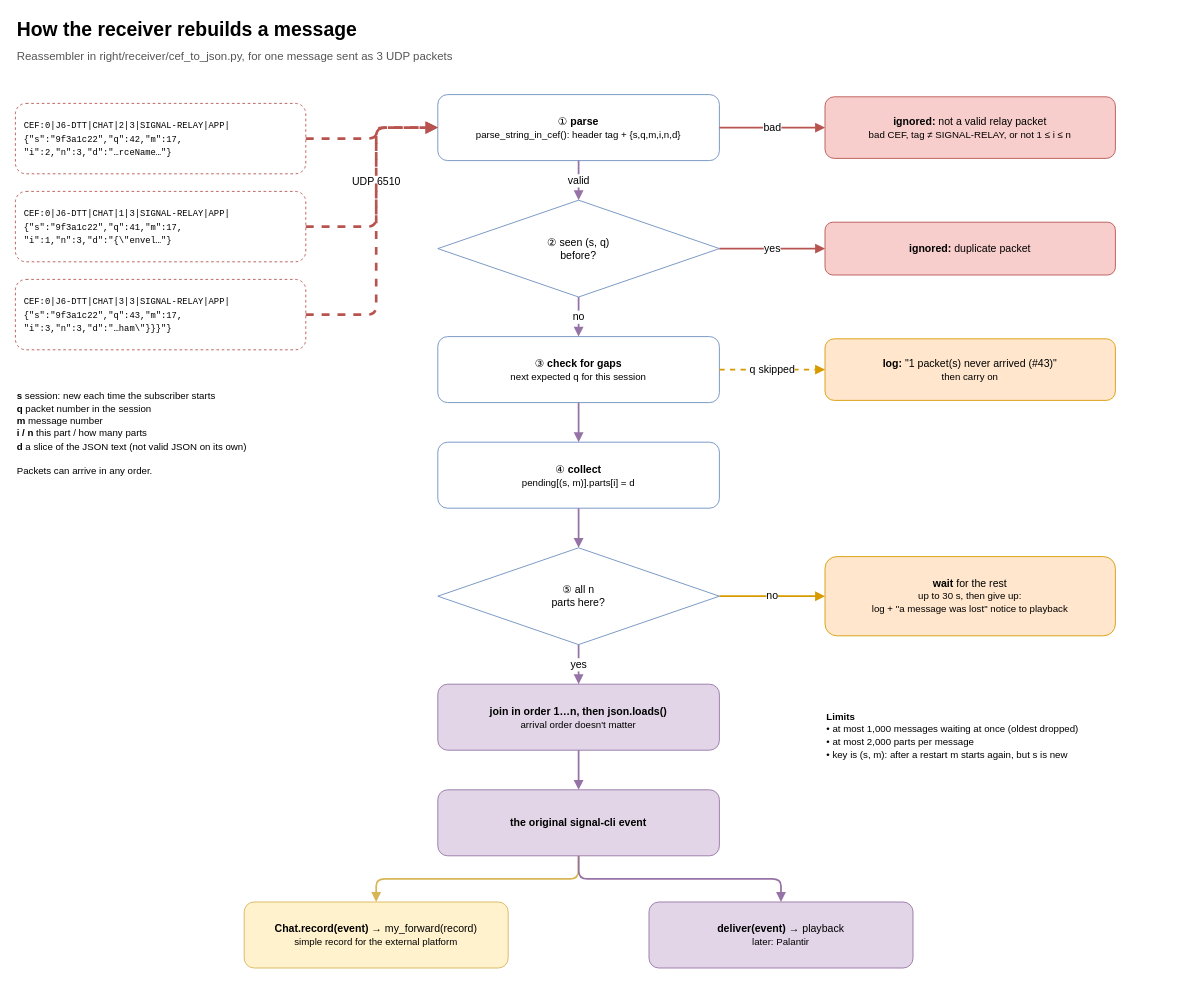
This is docs/diagrams/06-receiver-rebuild.drawio from j6dtt/signal-relay, a draw.io file, before an edit. Source tidied: cells renumbered, new cells numbered last; positions are measured from the earlier drawing's top-left corner, leaving out a move shared by most shapes. Both pictures are drawn from the tidied source at 88%, with x=0, y=0 at pixel (15, 15).
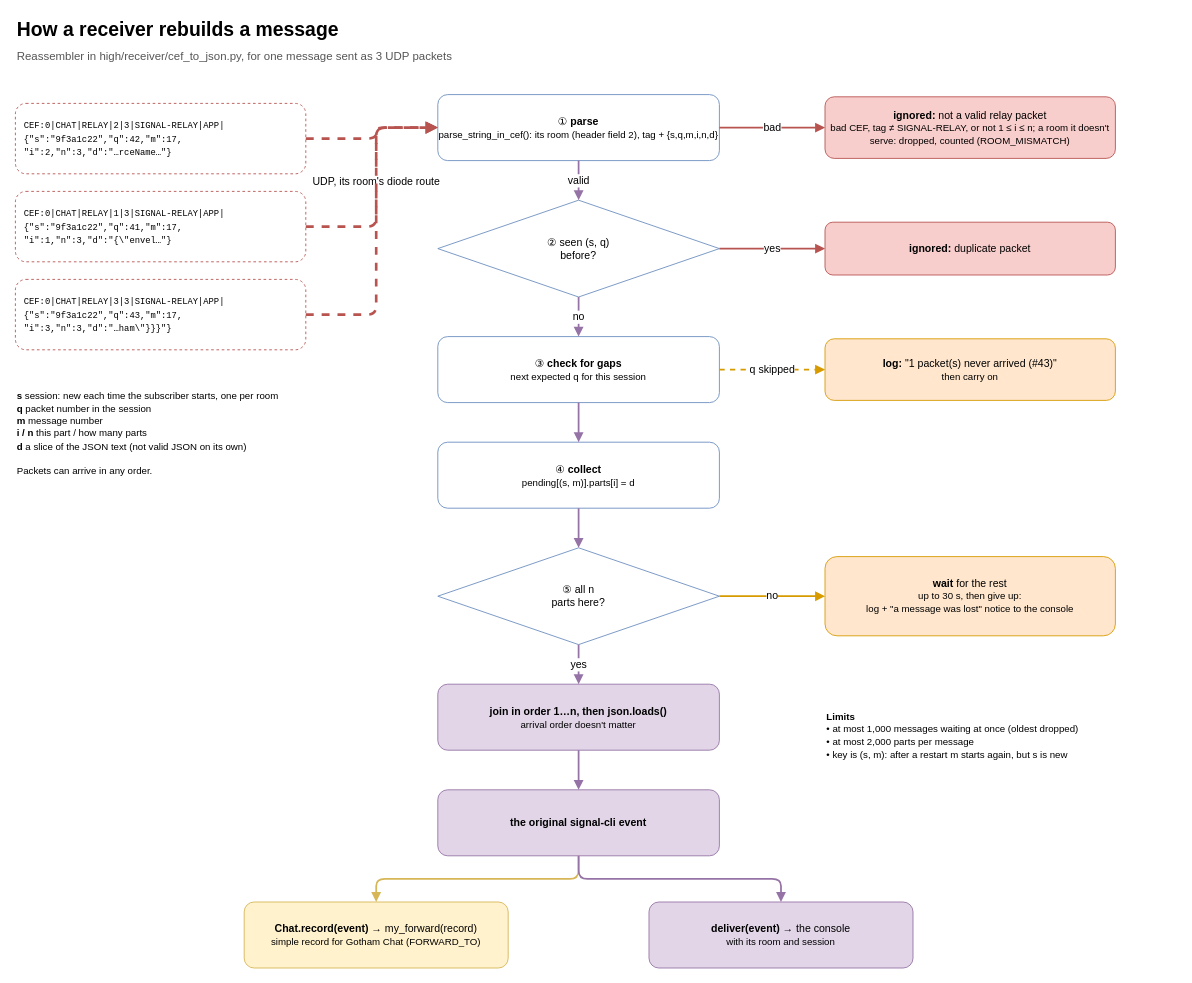
The same page after the edit.

What changed in the source:
```diff
@@
-    <mxCell id="2" value="&lt;b&gt;How the receiver rebuilds a message&lt;/b&gt;&lt;br&gt;&lt;font style=&quot;font-size:13px&quot; color=&quot;#555555&quot;&gt;Reassembler in right/receiver/cef_to_json.py, for one message sent as 3 UDP packets&lt;/font&gt;" style="text;html=1;align=left;verticalAlign=middle;fontSize=22;" parent="1" vertex="1">
+    <mxCell id="2" value="&lt;b&gt;How a receiver rebuilds a message&lt;/b&gt;&lt;br&gt;&lt;font style=&quot;font-size:13px&quot; color=&quot;#555555&quot;&gt;Reassembler in high/receiver/cef_to_json.py, for one message sent as 3 UDP packets&lt;/font&gt;" style="text;html=1;align=left;verticalAlign=middle;fontSize=22;" parent="1" vertex="1">
       <mxGeometry width="1200" height="60" as="geometry" />
     </mxCell>
-    <mxCell id="3" value="&lt;font face=&quot;Courier New&quot; style=&quot;font-size:10px&quot;&gt;CEF:0|J6-DTT|CHAT|2|3|SIGNAL-RELAY|APP|&lt;br&gt;{&quot;s&quot;:&quot;9f3a1c22&quot;,&quot;q&quot;:42,&quot;m&quot;:17,&lt;br&gt;&quot;i&quot;:2,&quot;n&quot;:3,&quot;d&quot;:&quot;…rceName…&quot;}&lt;/font&gt;" style="rounded=1;whiteSpace=wrap;html=1;fontSize=12;fillColor=#ffffff;strokeColor=#b85450;dashed=1;align=left;spacingLeft=8;" parent="1" vertex="1">
+    <mxCell id="3" value="&lt;font face=&quot;Courier New&quot; style=&quot;font-size:10px&quot;&gt;CEF:0|CHAT|RELAY|2|3|SIGNAL-RELAY|APP|&lt;br&gt;{&quot;s&quot;:&quot;9f3a1c22&quot;,&quot;q&quot;:42,&quot;m&quot;:17,&lt;br&gt;&quot;i&quot;:2,&quot;n&quot;:3,&quot;d&quot;:&quot;…rceName…&quot;}&lt;/font&gt;" style="rounded=1;whiteSpace=wrap;html=1;fontSize=12;fillColor=#ffffff;strokeColor=#b85450;dashed=1;align=left;spacingLeft=8;" parent="1" vertex="1">
       <mxGeometry y="100" width="330" height="80" as="geometry" />
     </mxCell>
-    <mxCell id="4" value="&lt;font face=&quot;Courier New&quot; style=&quot;font-size:10px&quot;&gt;CEF:0|J6-DTT|CHAT|1|3|SIGNAL-RELAY|APP|&lt;br&gt;{&quot;s&quot;:&quot;9f3a1c22&quot;,&quot;q&quot;:41,&quot;m&quot;:17,&lt;br&gt;&quot;i&quot;:1,&quot;n&quot;:3,&quot;d&quot;:&quot;{\&quot;envel…&quot;}&lt;/font&gt;" style="rounded=1;whiteSpace=wrap;html=1;fontSize=12;fillColor=#ffffff;strokeColor=#b85450;dashed=1;align=left;spacingLeft=8;" parent="1" vertex="1">
+    <mxCell id="4" value="&lt;font face=&quot;Courier New&quot; style=&quot;font-size:10px&quot;&gt;CEF:0|CHAT|RELAY|1|3|SIGNAL-RELAY|APP|&lt;br&gt;{&quot;s&quot;:&quot;9f3a1c22&quot;,&quot;q&quot;:41,&quot;m&quot;:17,&lt;br&gt;&quot;i&quot;:1,&quot;n&quot;:3,&quot;d&quot;:&quot;{\&quot;envel…&quot;}&lt;/font&gt;" style="rounded=1;whiteSpace=wrap;html=1;fontSize=12;fillColor=#ffffff;strokeColor=#b85450;dashed=1;align=left;spacingLeft=8;" parent="1" vertex="1">
       <mxGeometry y="200" width="330" height="80" as="geometry" />
     </mxCell>
-    <mxCell id="5" value="&lt;font face=&quot;Courier New&quot; style=&quot;font-size:10px&quot;&gt;CEF:0|J6-DTT|CHAT|3|3|SIGNAL-RELAY|APP|&lt;br&gt;{&quot;s&quot;:&quot;9f3a1c22&quot;,&quot;q&quot;:43,&quot;m&quot;:17,&lt;br&gt;&quot;i&quot;:3,&quot;n&quot;:3,&quot;d&quot;:&quot;…ham\&quot;}}}&quot;}&lt;/font&gt;" style="rounded=1;whiteSpace=wrap;html=1;fontSize=12;fillColor=#ffffff;strokeColor=#b85450;dashed=1;align=left;spacingLeft=8;" parent="1" vertex="1">
+    <mxCell id="5" value="&lt;font face=&quot;Courier New&quot; style=&quot;font-size:10px&quot;&gt;CEF:0|CHAT|RELAY|3|3|SIGNAL-RELAY|APP|&lt;br&gt;{&quot;s&quot;:&quot;9f3a1c22&quot;,&quot;q&quot;:43,&quot;m&quot;:17,&lt;br&gt;&quot;i&quot;:3,&quot;n&quot;:3,&quot;d&quot;:&quot;…ham\&quot;}}}&quot;}&lt;/font&gt;" style="rounded=1;whiteSpace=wrap;html=1;fontSize=12;fillColor=#ffffff;strokeColor=#b85450;dashed=1;align=left;spacingLeft=8;" parent="1" vertex="1">
       <mxGeometry y="300" width="330" height="80" as="geometry" />
     </mxCell>
-    <mxCell id="6" value="&lt;font style=&quot;font-size:11px&quot;&gt;&lt;b&gt;s&lt;/b&gt; session: new each time the subscriber starts&lt;br&gt;&lt;b&gt;q&lt;/b&gt; packet number in the session&lt;br&gt;&lt;b&gt;m&lt;/b&gt; message number&lt;br&gt;&lt;b&gt;i / n&lt;/b&gt; this part / how many parts&lt;br&gt;&lt;b&gt;d&lt;/b&gt; a slice of the JSON text (not valid JSON on its own)&lt;br&gt;&lt;br&gt;Packets can arrive in any order.&lt;/font&gt;" style="text;html=1;align=left;verticalAlign=middle;whiteSpace=wrap;fontSize=12;" parent="1" vertex="1">
+    <mxCell id="6" value="&lt;font style=&quot;font-size:11px&quot;&gt;&lt;b&gt;s&lt;/b&gt; session: new each time the subscriber starts, one per room&lt;br&gt;&lt;b&gt;q&lt;/b&gt; packet number in the session&lt;br&gt;&lt;b&gt;m&lt;/b&gt; message number&lt;br&gt;&lt;b&gt;i / n&lt;/b&gt; this part / how many parts&lt;br&gt;&lt;b&gt;d&lt;/b&gt; a slice of the JSON text (not valid JSON on its own)&lt;br&gt;&lt;br&gt;Packets can arrive in any order.&lt;/font&gt;" style="text;html=1;align=left;verticalAlign=middle;whiteSpace=wrap;fontSize=12;" parent="1" vertex="1">
       <mxGeometry y="400" width="330" height="150" as="geometry" />
     </mxCell>
-    <mxCell id="7" value="① &lt;b&gt;parse&lt;/b&gt;&lt;br&gt;&lt;font style=&quot;font-size:11px&quot;&gt;parse_string_in_cef(): header tag + {s,q,m,i,n,d}&lt;/font&gt;" style="rounded=1;whiteSpace=wrap;html=1;fontSize=12;fillColor=#ffffff;strokeColor=#6c8ebf;" parent="1" vertex="1">
+    <mxCell id="7" value="① &lt;b&gt;parse&lt;/b&gt;&lt;br&gt;&lt;font style=&quot;font-size:11px&quot;&gt;parse_string_in_cef(): its room (header field 2), tag + {s,q,m,i,n,d}&lt;/font&gt;" style="rounded=1;whiteSpace=wrap;html=1;fontSize=12;fillColor=#ffffff;strokeColor=#6c8ebf;" parent="1" vertex="1">
       <mxGeometry x="480" y="90" width="320" height="75" as="geometry" />
     </mxCell>
@@
-    <mxCell id="20" value="&lt;b&gt;ignored:&lt;/b&gt; not a valid relay packet&lt;br&gt;&lt;font style=&quot;font-size:11px&quot;&gt;bad CEF, tag ≠ SIGNAL-RELAY, or not 1 ≤ i ≤ n&lt;/font&gt;" style="rounded=1;whiteSpace=wrap;html=1;fontSize=12;fillColor=#f8cecc;strokeColor=#b85450;" parent="1" vertex="1">
+    <mxCell id="20" value="&lt;b&gt;ignored:&lt;/b&gt; not a valid relay packet&lt;br&gt;&lt;font style=&quot;font-size:11px&quot;&gt;bad CEF, tag ≠ SIGNAL-RELAY, or not 1 ≤ i ≤ n; a room it doesn't serve: dropped, counted (ROOM_MISMATCH)&lt;/font&gt;" style="rounded=1;whiteSpace=wrap;html=1;fontSize=12;fillColor=#f8cecc;strokeColor=#b85450;" parent="1" vertex="1">
       <mxGeometry x="920" y="92.5" width="330" height="70" as="geometry" />
     </mxCell>
@@
-    <mxCell id="23" value="&lt;b&gt;wait&lt;/b&gt; for the rest&lt;br&gt;&lt;font style=&quot;font-size:11px&quot;&gt;up to 30 s, then give up:&lt;br&gt;log + &quot;a message was lost&quot; notice to playback&lt;/font&gt;" style="rounded=1;whiteSpace=wrap;html=1;fontSize=12;fillColor=#ffe6cc;strokeColor=#d79b00;" parent="1" vertex="1">
+    <mxCell id="23" value="&lt;b&gt;wait&lt;/b&gt; for the rest&lt;br&gt;&lt;font style=&quot;font-size:11px&quot;&gt;up to 30 s, then give up:&lt;br&gt;log + &quot;a message was lost&quot; notice to the console&lt;/font&gt;" style="rounded=1;whiteSpace=wrap;html=1;fontSize=12;fillColor=#ffe6cc;strokeColor=#d79b00;" parent="1" vertex="1">
       <mxGeometry x="920" y="615" width="330" height="90" as="geometry" />
     </mxCell>
@@
-    <mxCell id="28" value="&lt;b&gt;Chat.record(event)&lt;/b&gt; → my_forward(record)&lt;br&gt;&lt;font style=&quot;font-size:11px&quot;&gt;simple record for the external platform&lt;/font&gt;" style="rounded=1;whiteSpace=wrap;html=1;fontSize=12;fillColor=#fff2cc;strokeColor=#d6b656;" parent="1" vertex="1">
+    <mxCell id="28" value="&lt;b&gt;Chat.record(event)&lt;/b&gt; → my_forward(record)&lt;br&gt;&lt;font style=&quot;font-size:11px&quot;&gt;simple record for Gotham Chat (FORWARD_TO)&lt;/font&gt;" style="rounded=1;whiteSpace=wrap;html=1;fontSize=12;fillColor=#fff2cc;strokeColor=#d6b656;" parent="1" vertex="1">
       <mxGeometry x="260" y="1007.5" width="300" height="75" as="geometry" />
     </mxCell>
-    <mxCell id="29" value="&lt;b&gt;deliver(event)&lt;/b&gt; → playback&lt;br&gt;&lt;font style=&quot;font-size:11px&quot;&gt;later: Palantir&lt;/font&gt;" style="rounded=1;whiteSpace=wrap;html=1;fontSize=12;fillColor=#e1d5e7;strokeColor=#9673a6;" parent="1" vertex="1">
+    <mxCell id="29" value="&lt;b&gt;deliver(event)&lt;/b&gt; → the console&lt;br&gt;&lt;font style=&quot;font-size:11px&quot;&gt;with its room and session&lt;/font&gt;" style="rounded=1;whiteSpace=wrap;html=1;fontSize=12;fillColor=#e1d5e7;strokeColor=#9673a6;" parent="1" vertex="1">
       <mxGeometry x="720" y="1007.5" width="300" height="75" as="geometry" />
     </mxCell>
@@
-    <mxCell id="33" value="UDP 6510" style="edgeStyle=orthogonalEdgeStyle;rounded=1;html=1;endArrow=block;strokeWidth=2;fontSize=12;labelBackgroundColor=#ffffff;strokeWidth=3;strokeColor=#b85450;dashed=1;labelBackgroundColor=#ffffff;exitX=1;exitY=0.5;exitDx=0;exitDy=0;entryX=0;entryY=0.5;entryDx=0;entryDy=0;" parent="1" edge="1" source="4" target="7">
+    <mxCell id="33" value="UDP, its room's diode route" style="edgeStyle=orthogonalEdgeStyle;rounded=1;html=1;endArrow=block;strokeWidth=2;fontSize=12;labelBackgroundColor=#ffffff;strokeWidth=3;strokeColor=#b85450;dashed=1;labelBackgroundColor=#ffffff;exitX=1;exitY=0.5;exitDx=0;exitDy=0;entryX=0;entryY=0.5;entryDx=0;entryDy=0;" parent="1" edge="1" source="4" target="7">
       <mxGeometry relative="1" as="geometry">
         <Array as="points">
           <mxPoint x="410" y="240" />
           <mxPoint x="410" y="127" />
         </Array>
       </mxGeometry>
     </mxCell>
```
